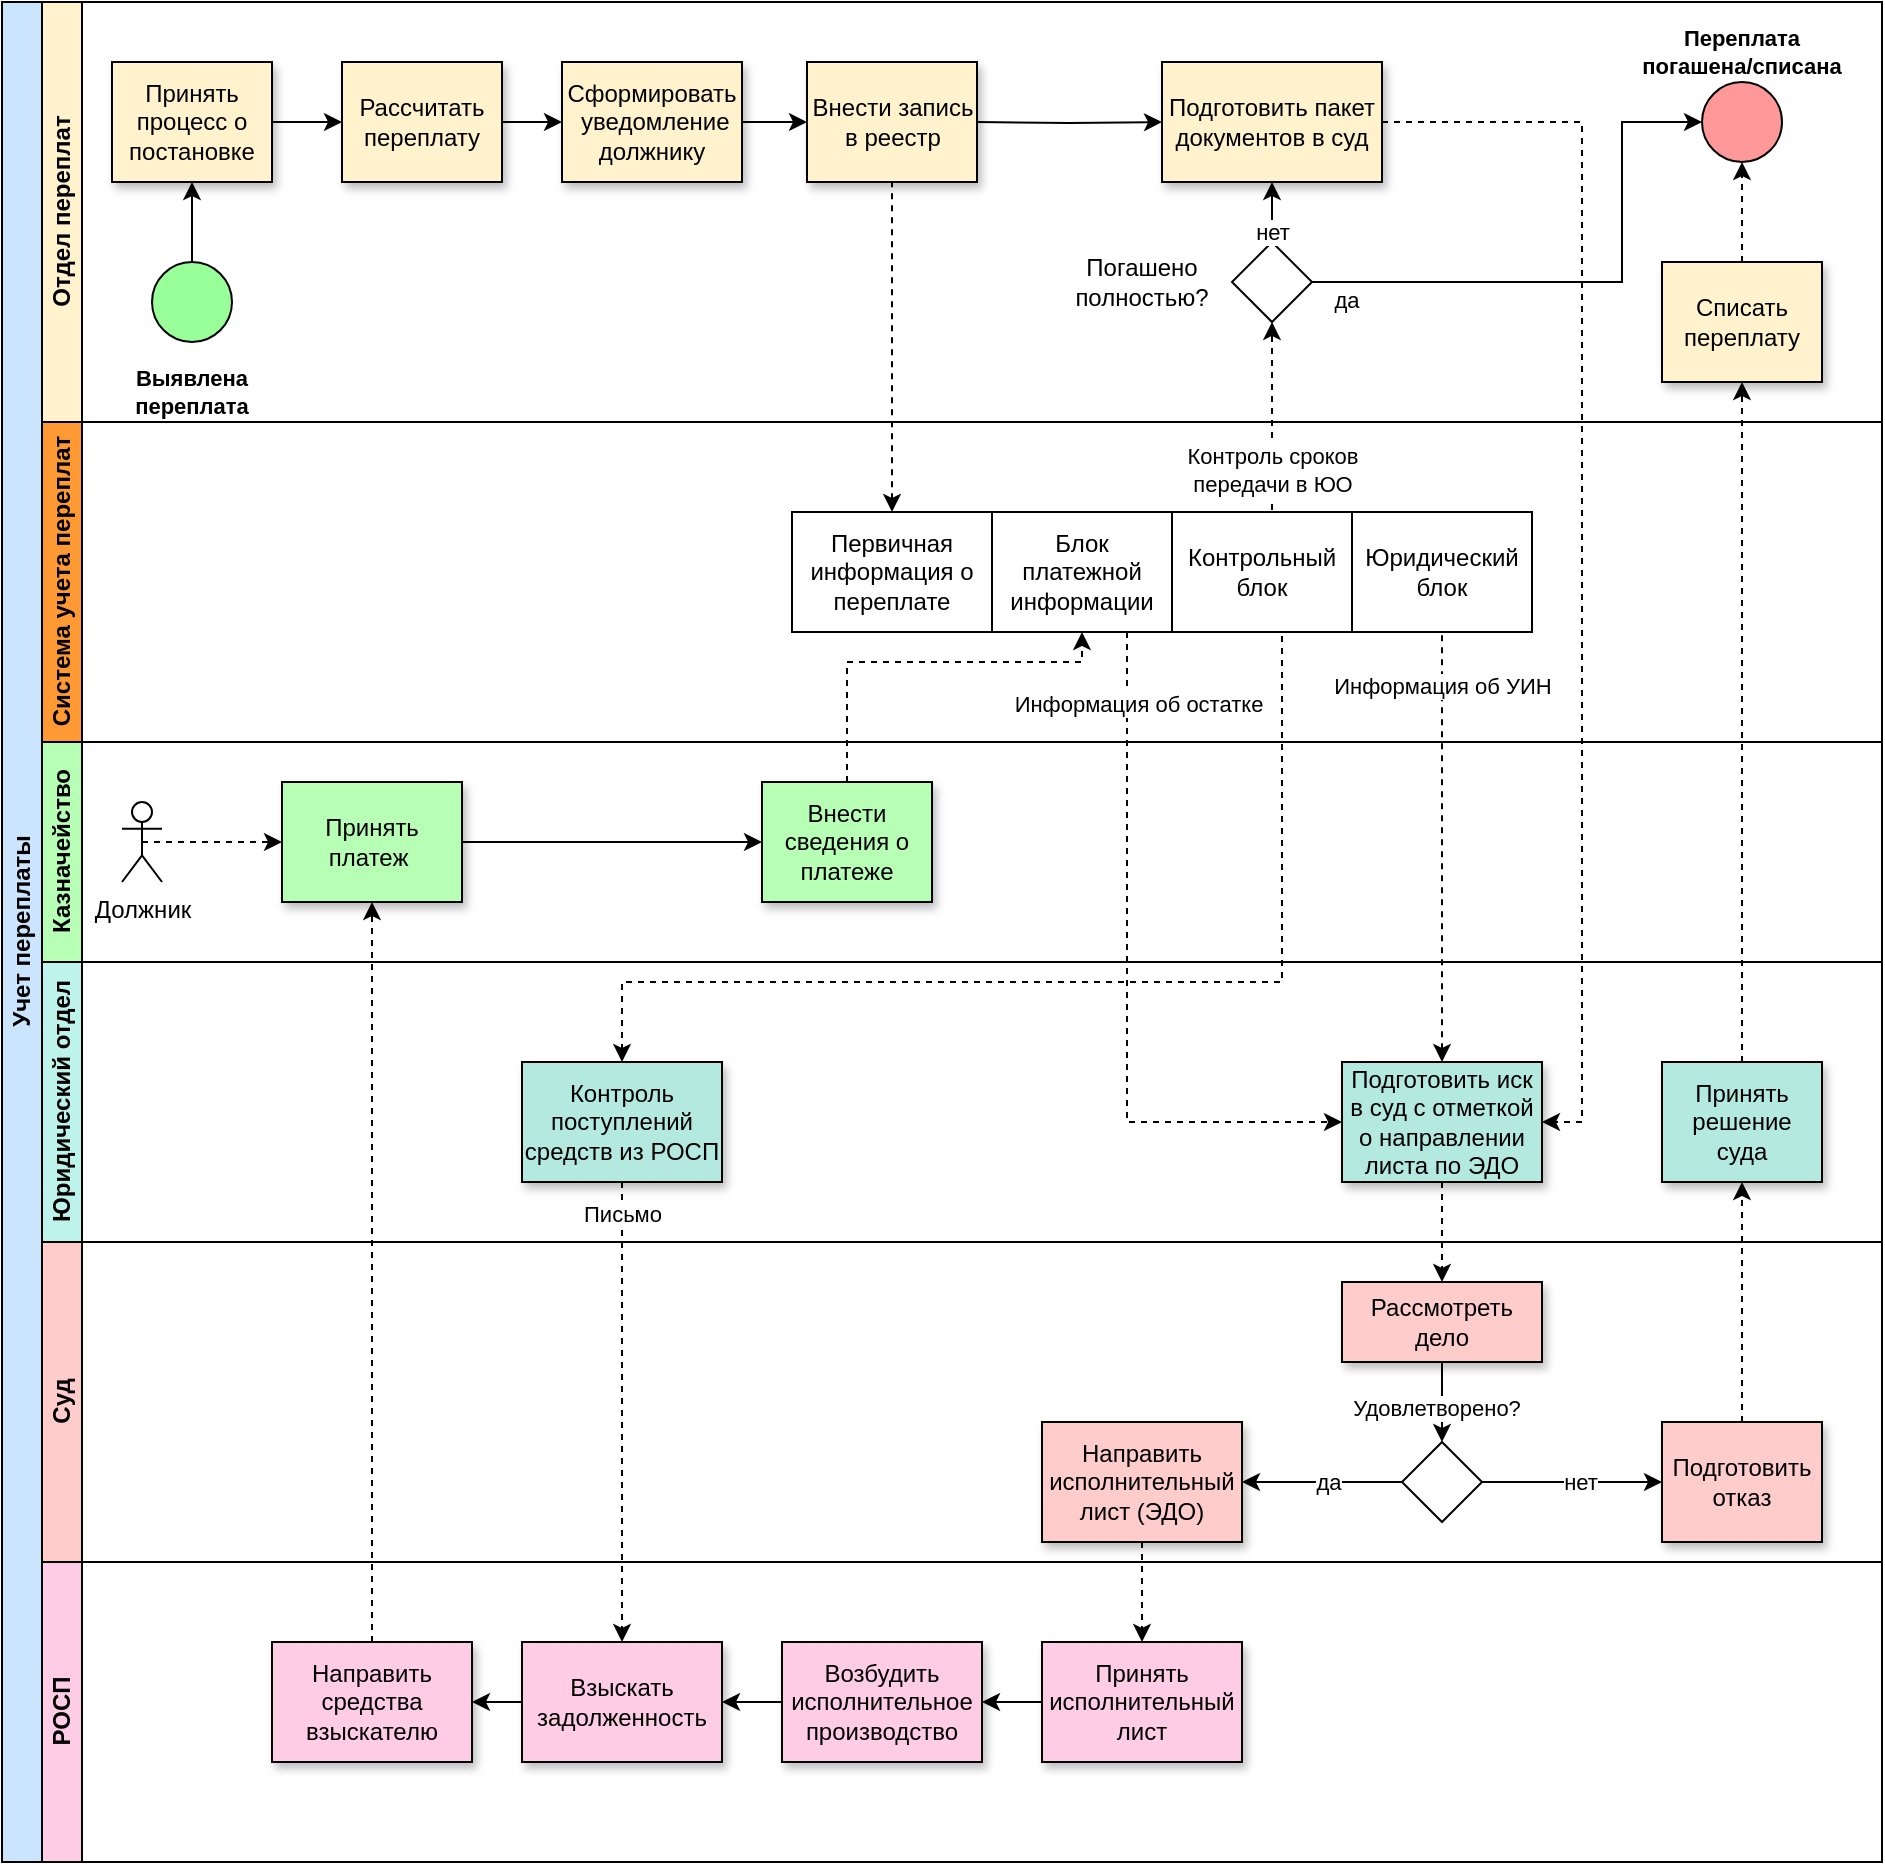
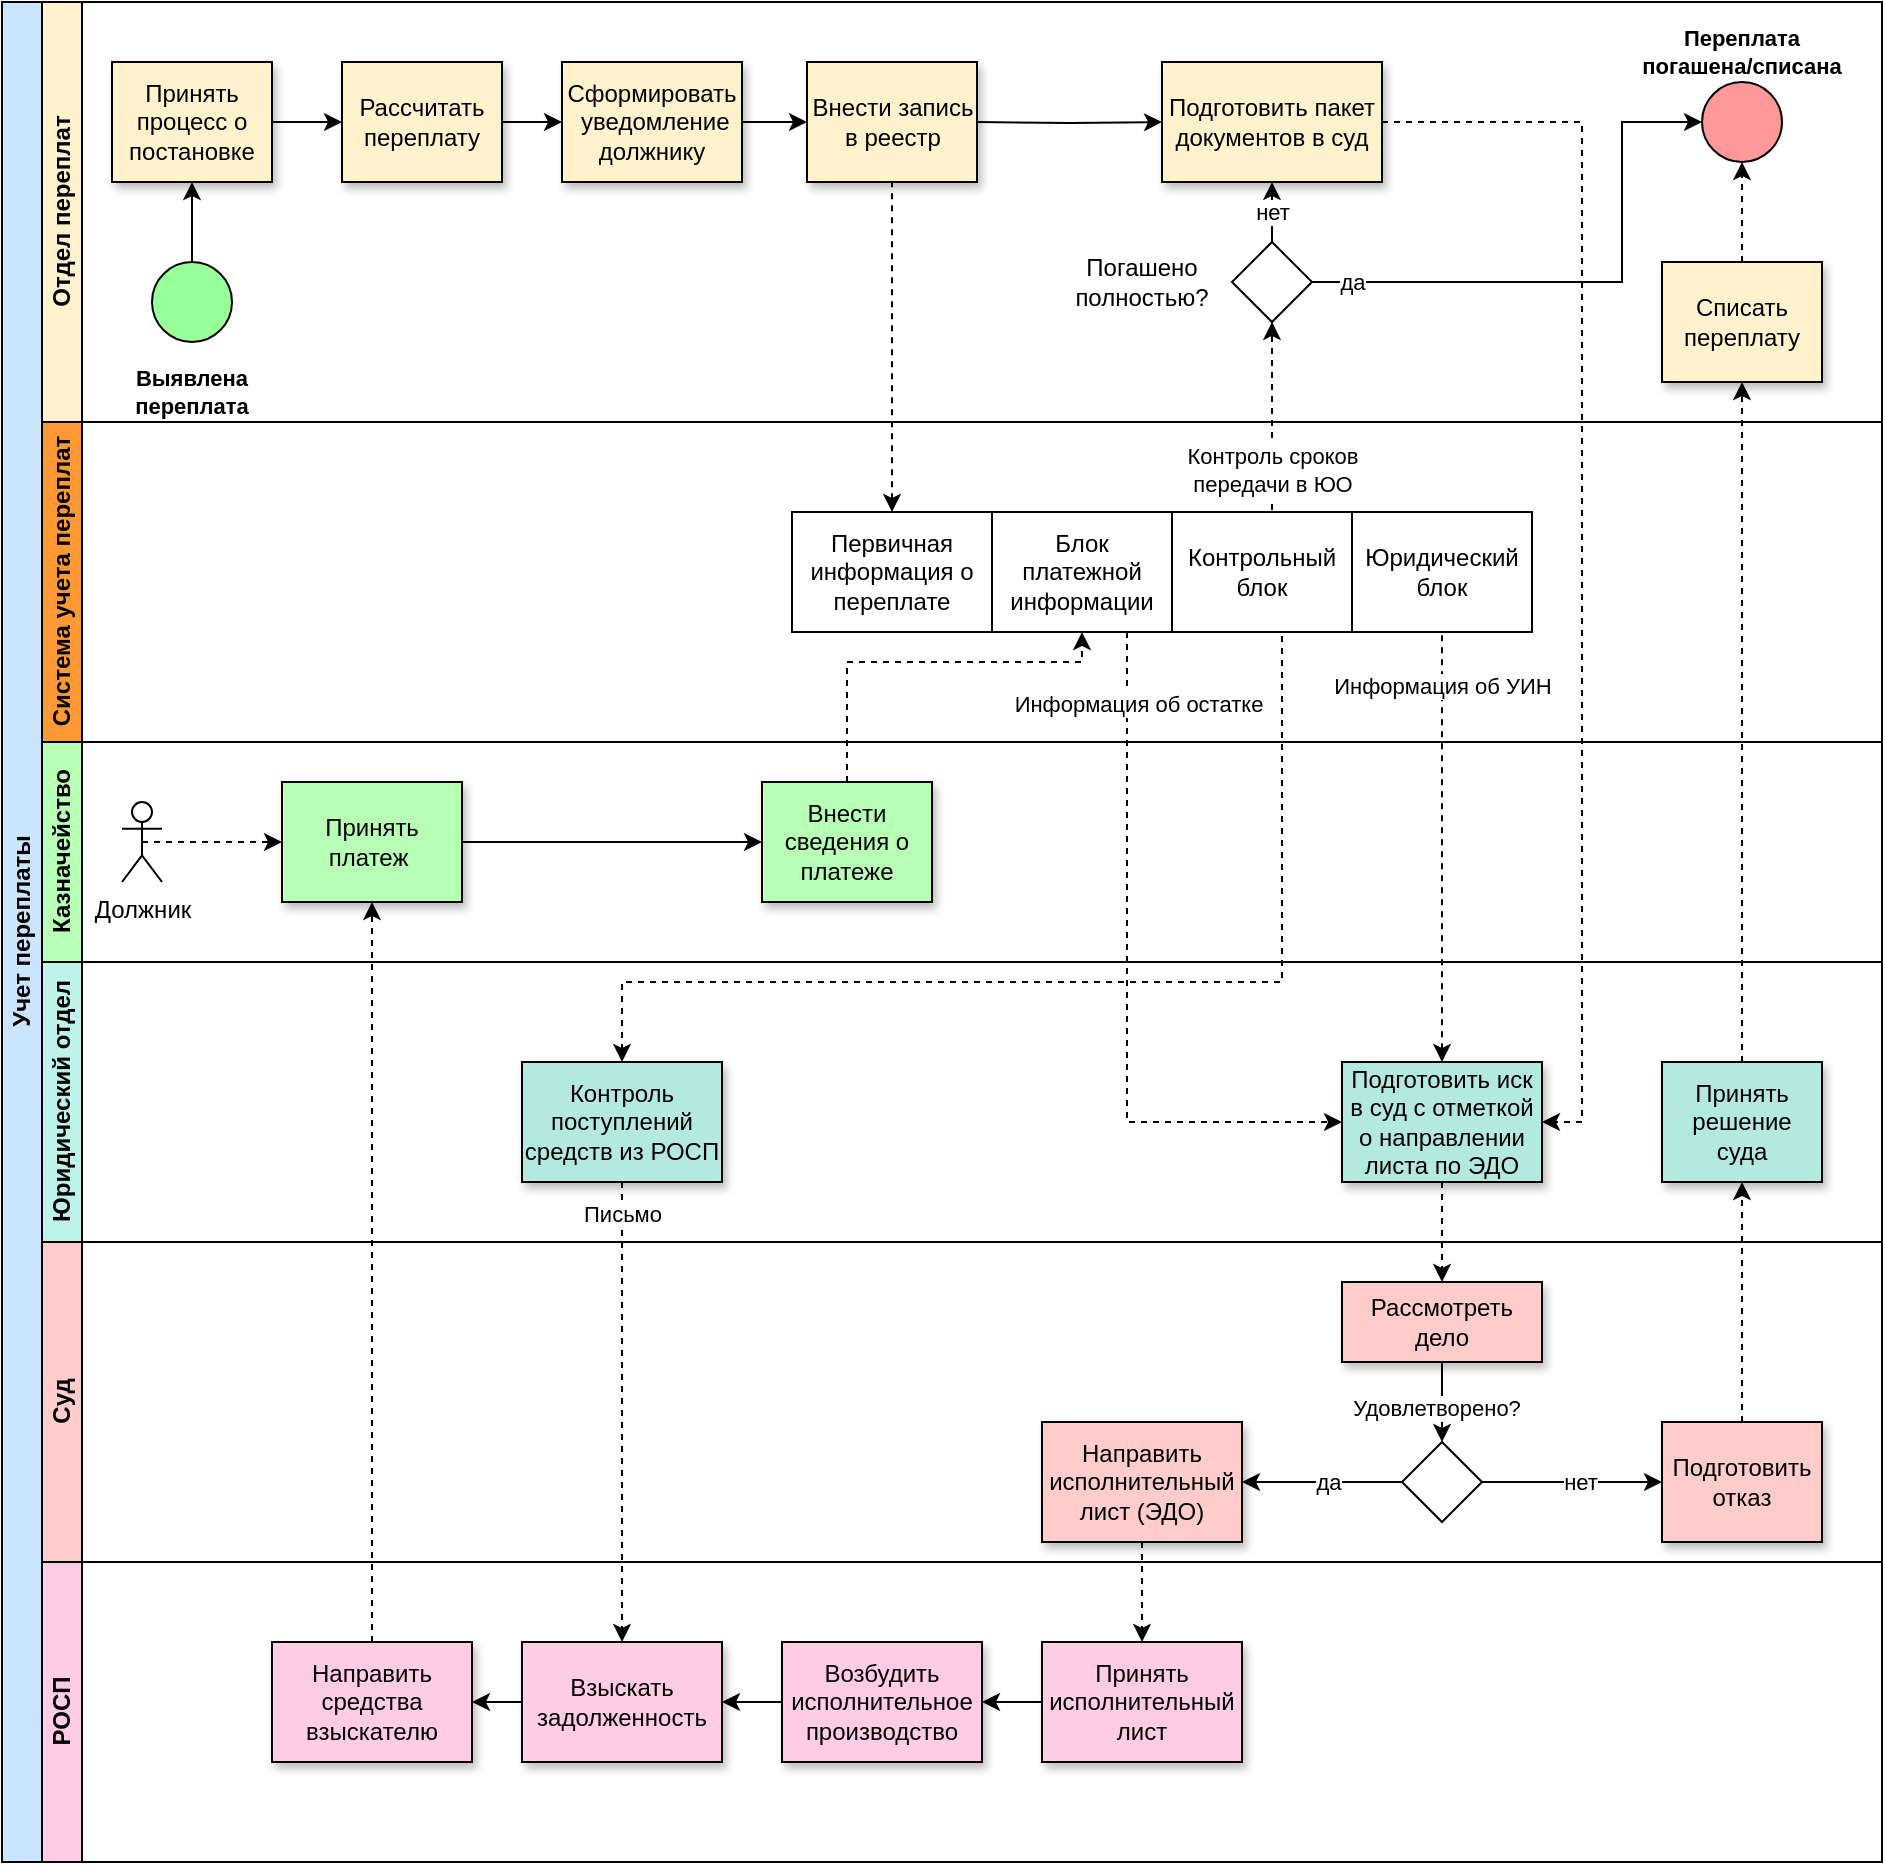
<mxfile host="app.diagrams.net" agent="Mozilla/5.0 (Windows NT 10.0; Win64; x64) AppleWebKit/537.36 (KHTML, like Gecko) Chrome/146.0.0.0 Safari/537.36" version="29.6.4">
  <diagram id="prtHgNgQTEPvFCAcTncT" name="Page-1">
    <mxGraphModel dx="1427" dy="742" grid="1" gridSize="10" guides="1" tooltips="1" connect="1" arrows="1" fold="1" page="1" pageScale="1" pageWidth="1169" pageHeight="827" math="0" shadow="0">
      <root>
        <mxCell id="0" />
        <mxCell id="1" parent="0" />
        <mxCell id="dNxyNK7c78bLwvsdeMH5-19" parent="1" style="swimlane;html=1;childLayout=stackLayout;resizeParent=1;resizeParentMax=0;horizontal=0;startSize=20;horizontalStack=0;fillColor=#CCE5FF;" value="Учет переплаты" vertex="1">
          <mxGeometry height="930" width="940" as="geometry" />
        </mxCell>
        <mxCell id="dNxyNK7c78bLwvsdeMH5-20" parent="dNxyNK7c78bLwvsdeMH5-19" style="swimlane;html=1;startSize=20;horizontal=0;fillColor=#FFF2CC;" value="Отдел переплат" vertex="1">
          <mxGeometry height="210" width="920" x="20" as="geometry" />
        </mxCell>
        <mxCell id="dNxyNK7c78bLwvsdeMH5-25" edge="1" parent="dNxyNK7c78bLwvsdeMH5-20" source="dNxyNK7c78bLwvsdeMH5-23" style="edgeStyle=orthogonalEdgeStyle;rounded=0;orthogonalLoop=1;jettySize=auto;html=1;" target="dNxyNK7c78bLwvsdeMH5-24" value="">
          <mxGeometry relative="1" as="geometry" />
        </mxCell>
        <mxCell id="dNxyNK7c78bLwvsdeMH5-23" parent="dNxyNK7c78bLwvsdeMH5-20" style="ellipse;whiteSpace=wrap;html=1;fillColor=#99FF99;" value="" vertex="1">
          <mxGeometry height="40" width="40" x="55" y="130" as="geometry" />
        </mxCell>
        <mxCell id="fKkSuYKGNoRQQ_YRrlSX-4" edge="1" parent="dNxyNK7c78bLwvsdeMH5-20" source="dNxyNK7c78bLwvsdeMH5-24" style="edgeStyle=orthogonalEdgeStyle;rounded=0;orthogonalLoop=1;jettySize=auto;html=1;" target="dNxyNK7c78bLwvsdeMH5-30" value="">
          <mxGeometry relative="1" as="geometry" />
        </mxCell>
        <mxCell id="dNxyNK7c78bLwvsdeMH5-24" parent="dNxyNK7c78bLwvsdeMH5-20" style="rounded=0;whiteSpace=wrap;html=1;fontFamily=Helvetica;fontSize=12;fontColor=#000000;align=center;shadow=1;fillColor=#FFF2CC;" value="Принять процесс о постановке" vertex="1">
          <mxGeometry height="60" width="80" x="35" y="30" as="geometry" />
        </mxCell>
        <mxCell id="dNxyNK7c78bLwvsdeMH5-30" parent="dNxyNK7c78bLwvsdeMH5-20" style="rounded=0;whiteSpace=wrap;html=1;fontFamily=Helvetica;fontSize=12;fontColor=#000000;align=center;shadow=1;fillColor=#FFF2CC;" value="Рассчитать переплату" vertex="1">
          <mxGeometry height="60" width="80" x="150" y="30" as="geometry" />
        </mxCell>
        <mxCell id="fKkSuYKGNoRQQ_YRrlSX-19" edge="1" parent="dNxyNK7c78bLwvsdeMH5-20" source="fKkSuYKGNoRQQ_YRrlSX-8" style="edgeStyle=orthogonalEdgeStyle;rounded=0;orthogonalLoop=1;jettySize=auto;html=1;entryX=0;entryY=0.5;entryDx=0;entryDy=0;exitX=1;exitY=0.5;exitDx=0;exitDy=0;" target="fKkSuYKGNoRQQ_YRrlSX-6" value="">
          <mxGeometry relative="1" as="geometry">
            <Array as="points">
              <mxPoint x="790" y="140" />
              <mxPoint x="790" y="60" />
              <mxPoint x="830" y="60" />
            </Array>
            <mxPoint x="880" y="59.999999999999886" as="targetPoint" />
          </mxGeometry>
        </mxCell>
        <mxCell id="fKkSuYKGNoRQQ_YRrlSX-22" connectable="0" parent="fKkSuYKGNoRQQ_YRrlSX-19" style="edgeLabel;html=1;align=center;verticalAlign=middle;resizable=0;points=[];" value="да" vertex="1">
          <mxGeometry relative="1" x="-0.1188" y="-2" as="geometry">
-             <mxPoint x="-104" y="7" as="offset" />
+             <mxPoint x="-101" y="-2" as="offset" />
          </mxGeometry>
        </mxCell>
        <mxCell id="fKkSuYKGNoRQQ_YRrlSX-8" parent="dNxyNK7c78bLwvsdeMH5-20" style="rhombus;whiteSpace=wrap;html=1;fontFamily=Helvetica;fontSize=12;fontColor=#000000;align=center;" value="" vertex="1">
          <mxGeometry height="40" width="40" x="595" y="120" as="geometry" />
        </mxCell>
        <mxCell id="fKkSuYKGNoRQQ_YRrlSX-11" parent="dNxyNK7c78bLwvsdeMH5-20" style="rounded=0;whiteSpace=wrap;html=1;fontFamily=Helvetica;fontSize=12;fontColor=#000000;align=center;shadow=1;fillColor=#FFF2CC;" value="Подготовить пакет документов в суд" vertex="1">
          <mxGeometry height="60" width="110" x="560" y="30" as="geometry" />
        </mxCell>
        <mxCell id="fKkSuYKGNoRQQ_YRrlSX-6" parent="dNxyNK7c78bLwvsdeMH5-20" style="ellipse;whiteSpace=wrap;html=1;fillColor=#FF9999;" value="" vertex="1">
          <mxGeometry height="40" width="40" x="830" y="40" as="geometry" />
        </mxCell>
        <mxCell id="fKkSuYKGNoRQQ_YRrlSX-16" parent="dNxyNK7c78bLwvsdeMH5-20" style="text;html=1;whiteSpace=wrap;strokeColor=none;fillColor=none;align=center;verticalAlign=middle;rounded=0;" value="Погашено полностью?" vertex="1">
          <mxGeometry height="30" width="60" x="520" y="125" as="geometry" />
        </mxCell>
        <mxCell id="fKkSuYKGNoRQQ_YRrlSX-137" parent="dNxyNK7c78bLwvsdeMH5-20" style="rounded=0;whiteSpace=wrap;html=1;fontFamily=Helvetica;fontSize=12;fontColor=#000000;align=center;shadow=1;fillColor=#FFF2CC;" value="Внести запись в реестр" vertex="1">
          <mxGeometry height="60" width="85" x="382.5" y="30" as="geometry" />
        </mxCell>
        <mxCell id="fKkSuYKGNoRQQ_YRrlSX-136" parent="dNxyNK7c78bLwvsdeMH5-20" style="rounded=0;whiteSpace=wrap;html=1;fontFamily=Helvetica;fontSize=12;fontColor=#000000;align=center;shadow=1;fillColor=#FFF2CC;" value="Сформировать&lt;div&gt;&amp;nbsp;уведомление должнику&lt;/div&gt;" vertex="1">
          <mxGeometry height="60" width="90" x="260" y="30" as="geometry" />
        </mxCell>
        <mxCell id="fKkSuYKGNoRQQ_YRrlSX-167" parent="dNxyNK7c78bLwvsdeMH5-20" style="text;html=1;whiteSpace=wrap;strokeColor=none;fillColor=none;align=center;verticalAlign=middle;rounded=0;fontStyle=1;fontSize=11;" value="Переплата погашена/списана" vertex="1">
          <mxGeometry height="30" width="110" x="795" y="10" as="geometry" />
        </mxCell>
        <mxCell id="fKkSuYKGNoRQQ_YRrlSX-168" parent="dNxyNK7c78bLwvsdeMH5-20" style="text;html=1;whiteSpace=wrap;strokeColor=none;fillColor=none;align=center;verticalAlign=middle;rounded=0;fontStyle=1;fontSize=11;" value="Выявлена переплата" vertex="1">
          <mxGeometry height="30" width="110" x="20" y="180" as="geometry" />
        </mxCell>
        <mxCell id="fKkSuYKGNoRQQ_YRrlSX-169" parent="dNxyNK7c78bLwvsdeMH5-20" style="rounded=0;whiteSpace=wrap;html=1;fontFamily=Helvetica;fontSize=12;fontColor=#000000;align=center;shadow=1;fillColor=#FFF2CC;" value="Списать переплату" vertex="1">
          <mxGeometry height="60" width="80" x="810" y="130" as="geometry" />
        </mxCell>
        <mxCell id="fKkSuYKGNoRQQ_YRrlSX-170" edge="1" parent="dNxyNK7c78bLwvsdeMH5-20" source="fKkSuYKGNoRQQ_YRrlSX-169" style="edgeStyle=orthogonalEdgeStyle;rounded=0;orthogonalLoop=1;jettySize=auto;html=1;endArrow=classic;endFill=1;entryX=0.5;entryY=1;entryDx=0;entryDy=0;dashed=1;exitX=0.5;exitY=0;exitDx=0;exitDy=0;" target="fKkSuYKGNoRQQ_YRrlSX-6" value="">
          <mxGeometry relative="1" as="geometry">
            <Array as="points" />
            <mxPoint x="1080" y="350" as="sourcePoint" />
            <mxPoint x="1080" y="100" as="targetPoint" />
          </mxGeometry>
        </mxCell>
        <mxCell id="fKkSuYKGNoRQQ_YRrlSX-183" edge="1" parent="dNxyNK7c78bLwvsdeMH5-20" source="fKkSuYKGNoRQQ_YRrlSX-136" style="edgeStyle=orthogonalEdgeStyle;rounded=0;orthogonalLoop=1;jettySize=auto;html=1;entryX=1;entryY=0.5;entryDx=0;entryDy=0;exitX=0;exitY=0.5;exitDx=0;exitDy=0;startArrow=classic;startFill=1;endArrow=none;endFill=0;" target="dNxyNK7c78bLwvsdeMH5-30" value="">
          <mxGeometry relative="1" as="geometry">
            <mxPoint x="340" y="130" as="sourcePoint" />
            <mxPoint x="310" y="130" as="targetPoint" />
          </mxGeometry>
        </mxCell>
        <mxCell id="fKkSuYKGNoRQQ_YRrlSX-191" edge="1" parent="dNxyNK7c78bLwvsdeMH5-20" style="edgeStyle=orthogonalEdgeStyle;rounded=0;orthogonalLoop=1;jettySize=auto;html=1;startArrow=classic;startFill=1;endArrow=none;endFill=0;" target="fKkSuYKGNoRQQ_YRrlSX-137" value="">
          <mxGeometry relative="1" as="geometry">
            <mxPoint x="560" y="60.000000000000114" as="sourcePoint" />
          </mxGeometry>
        </mxCell>
        <mxCell id="fKkSuYKGNoRQQ_YRrlSX-189" edge="1" parent="dNxyNK7c78bLwvsdeMH5-20" source="fKkSuYKGNoRQQ_YRrlSX-137" style="edgeStyle=orthogonalEdgeStyle;rounded=0;orthogonalLoop=1;jettySize=auto;html=1;entryX=1;entryY=0.5;entryDx=0;entryDy=0;exitX=0;exitY=0.5;exitDx=0;exitDy=0;startArrow=classic;startFill=1;endArrow=none;endFill=0;" target="fKkSuYKGNoRQQ_YRrlSX-136" value="">
          <mxGeometry relative="1" as="geometry">
            <mxPoint x="430" y="110" as="sourcePoint" />
            <mxPoint x="400" y="110" as="targetPoint" />
          </mxGeometry>
        </mxCell>
        <mxCell id="fKkSuYKGNoRQQ_YRrlSX-201" edge="1" parent="dNxyNK7c78bLwvsdeMH5-20" source="fKkSuYKGNoRQQ_YRrlSX-8" style="edgeStyle=orthogonalEdgeStyle;rounded=0;orthogonalLoop=1;jettySize=auto;html=1;exitX=0.5;exitY=0;exitDx=0;exitDy=0;entryX=0.5;entryY=1;entryDx=0;entryDy=0;" target="fKkSuYKGNoRQQ_YRrlSX-11" value="">
          <mxGeometry relative="1" as="geometry">
            <mxPoint x="710" y="150" as="sourcePoint" />
            <mxPoint x="710" y="110" as="targetPoint" />
          </mxGeometry>
        </mxCell>
        <mxCell id="fKkSuYKGNoRQQ_YRrlSX-202" connectable="0" parent="fKkSuYKGNoRQQ_YRrlSX-201" style="edgeLabel;html=1;align=center;verticalAlign=middle;resizable=0;points=[];" value="нет" vertex="1">
          <mxGeometry relative="1" x="-0.5843" as="geometry">
-             <mxPoint y="1" as="offset" />
+             <mxPoint y="-9" as="offset" />
          </mxGeometry>
        </mxCell>
        <mxCell id="fKkSuYKGNoRQQ_YRrlSX-171" parent="dNxyNK7c78bLwvsdeMH5-19" style="swimlane;html=1;startSize=20;horizontal=0;fillColor=#FF9933;" value="Система учета переплат" vertex="1">
          <mxGeometry height="160" width="920" x="20" y="210" as="geometry" />
        </mxCell>
        <mxCell id="fKkSuYKGNoRQQ_YRrlSX-178" parent="fKkSuYKGNoRQQ_YRrlSX-171" style="rounded=0;whiteSpace=wrap;html=1;" value="Первичная информация о переплате" vertex="1">
          <mxGeometry height="60" width="100" x="375" y="45" as="geometry" />
        </mxCell>
        <mxCell id="fKkSuYKGNoRQQ_YRrlSX-179" parent="fKkSuYKGNoRQQ_YRrlSX-171" style="rounded=0;whiteSpace=wrap;html=1;" value="Блок платежной информации" vertex="1">
          <mxGeometry height="60" width="90" x="475" y="45" as="geometry" />
        </mxCell>
        <mxCell id="fKkSuYKGNoRQQ_YRrlSX-181" parent="fKkSuYKGNoRQQ_YRrlSX-171" style="rounded=0;whiteSpace=wrap;html=1;" value="Юридический блок" vertex="1">
          <mxGeometry height="60" width="90" x="655" y="45" as="geometry" />
        </mxCell>
        <mxCell id="fKkSuYKGNoRQQ_YRrlSX-190" parent="fKkSuYKGNoRQQ_YRrlSX-171" style="rounded=0;whiteSpace=wrap;html=1;" value="Контрольный блок" vertex="1">
          <mxGeometry height="60" width="90" x="565" y="45" as="geometry" />
        </mxCell>
        <mxCell id="fKkSuYKGNoRQQ_YRrlSX-33" parent="dNxyNK7c78bLwvsdeMH5-19" style="swimlane;html=1;startSize=20;horizontal=0;fillColor=#B6FFB5;" value="Казначейство" vertex="1">
          <mxGeometry height="110" width="920" x="20" y="370" as="geometry" />
        </mxCell>
        <mxCell id="fKkSuYKGNoRQQ_YRrlSX-34" parent="fKkSuYKGNoRQQ_YRrlSX-33" style="rounded=0;whiteSpace=wrap;html=1;shadow=1;fillColor=#B6FFB5;" value="Принять платеж&amp;nbsp;" vertex="1">
          <mxGeometry height="60" width="90" x="120" y="20" as="geometry" />
        </mxCell>
        <mxCell id="fKkSuYKGNoRQQ_YRrlSX-36" edge="1" parent="fKkSuYKGNoRQQ_YRrlSX-33" source="fKkSuYKGNoRQQ_YRrlSX-35" style="edgeStyle=orthogonalEdgeStyle;rounded=0;orthogonalLoop=1;jettySize=auto;html=1;endArrow=none;endFill=0;startArrow=classic;startFill=1;entryX=1;entryY=0.5;entryDx=0;entryDy=0;exitX=0;exitY=0.5;exitDx=0;exitDy=0;" target="fKkSuYKGNoRQQ_YRrlSX-34" value="">
          <mxGeometry relative="1" as="geometry">
            <mxPoint x="485" y="70.00000000000011" as="sourcePoint" />
            <mxPoint x="150" y="90" as="targetPoint" />
          </mxGeometry>
        </mxCell>
        <mxCell id="fKkSuYKGNoRQQ_YRrlSX-35" parent="fKkSuYKGNoRQQ_YRrlSX-33" style="rounded=0;whiteSpace=wrap;html=1;shadow=1;fillColor=#B6FFB5;" value="Внести сведения о платеже" vertex="1">
          <mxGeometry height="60" width="85" x="360" y="20" as="geometry" />
        </mxCell>
        <mxCell id="fKkSuYKGNoRQQ_YRrlSX-141" parent="fKkSuYKGNoRQQ_YRrlSX-33" style="shape=umlActor;verticalLabelPosition=bottom;verticalAlign=top;html=1;outlineConnect=0;" value="Должник" vertex="1">
          <mxGeometry height="40" width="20" x="40" y="30" as="geometry" />
        </mxCell>
        <mxCell id="fKkSuYKGNoRQQ_YRrlSX-142" edge="1" parent="fKkSuYKGNoRQQ_YRrlSX-33" source="fKkSuYKGNoRQQ_YRrlSX-141" style="endArrow=classic;html=1;rounded=0;entryX=0;entryY=0.5;entryDx=0;entryDy=0;dashed=1;exitX=0.5;exitY=0.5;exitDx=0;exitDy=0;exitPerimeter=0;" target="fKkSuYKGNoRQQ_YRrlSX-34" value="">
          <mxGeometry height="50" relative="1" width="50" as="geometry">
            <Array as="points" />
            <mxPoint x="40" y="70" as="sourcePoint" />
            <mxPoint x="650" y="120" as="targetPoint" />
          </mxGeometry>
        </mxCell>
        <mxCell id="dNxyNK7c78bLwvsdeMH5-21" parent="dNxyNK7c78bLwvsdeMH5-19" style="swimlane;html=1;startSize=20;horizontal=0;fillColor=#BDF3EA;" value="Юридический отдел" vertex="1">
          <mxGeometry height="140" width="920" x="20" y="480" as="geometry" />
        </mxCell>
        <mxCell id="fKkSuYKGNoRQQ_YRrlSX-40" parent="dNxyNK7c78bLwvsdeMH5-21" style="rounded=0;whiteSpace=wrap;html=1;fontFamily=Helvetica;fontSize=12;fontColor=#000000;align=center;shadow=1;fillColor=#B4E9E0;" value="Подготовить иск в суд с отметкой о направлении листа по ЭДО" vertex="1">
          <mxGeometry height="60" width="100" x="650" y="50" as="geometry" />
        </mxCell>
        <mxCell id="fKkSuYKGNoRQQ_YRrlSX-54" parent="dNxyNK7c78bLwvsdeMH5-21" style="rounded=0;whiteSpace=wrap;html=1;fontFamily=Helvetica;fontSize=12;fontColor=#000000;align=center;shadow=1;fillColor=#B4E9E0;" value="Принять решение суда" vertex="1">
          <mxGeometry height="60" width="80" x="810" y="50" as="geometry" />
        </mxCell>
        <mxCell id="fKkSuYKGNoRQQ_YRrlSX-177" parent="dNxyNK7c78bLwvsdeMH5-21" style="rounded=0;whiteSpace=wrap;html=1;fontFamily=Helvetica;fontSize=12;fontColor=#000000;align=center;shadow=1;fillColor=#B4E9E0;" value="Контроль поступлений средств из РОСП" vertex="1">
          <mxGeometry height="60" width="100" x="240" y="50" as="geometry" />
        </mxCell>
        <mxCell id="dNxyNK7c78bLwvsdeMH5-22" parent="dNxyNK7c78bLwvsdeMH5-19" style="swimlane;html=1;startSize=20;horizontal=0;fillColor=#FFCCCC;" value="Суд" vertex="1">
          <mxGeometry height="160" width="920" x="20" y="620" as="geometry" />
        </mxCell>
        <mxCell id="dNxyNK7c78bLwvsdeMH5-37" edge="1" parent="dNxyNK7c78bLwvsdeMH5-22" source="dNxyNK7c78bLwvsdeMH5-34" style="edgeStyle=orthogonalEdgeStyle;rounded=0;orthogonalLoop=1;jettySize=auto;html=1;endArrow=classic;endFill=1;" target="dNxyNK7c78bLwvsdeMH5-36" value="">
          <mxGeometry relative="1" as="geometry" />
        </mxCell>
        <mxCell id="fKkSuYKGNoRQQ_YRrlSX-157" connectable="0" parent="dNxyNK7c78bLwvsdeMH5-37" style="edgeLabel;html=1;align=center;verticalAlign=middle;resizable=0;points=[];" value="Удовлетворено?" vertex="1">
          <mxGeometry relative="1" x="0.0863" y="-3" as="geometry">
            <mxPoint y="1" as="offset" />
          </mxGeometry>
        </mxCell>
        <mxCell id="dNxyNK7c78bLwvsdeMH5-34" parent="dNxyNK7c78bLwvsdeMH5-22" style="rounded=0;whiteSpace=wrap;html=1;fontFamily=Helvetica;fontSize=12;fontColor=#000000;align=center;shadow=1;fillColor=#FFCCCC;" value="Рассмотреть дело" vertex="1">
          <mxGeometry height="40" width="100" x="650" y="20" as="geometry" />
        </mxCell>
        <mxCell id="dNxyNK7c78bLwvsdeMH5-36" parent="dNxyNK7c78bLwvsdeMH5-22" style="rhombus;whiteSpace=wrap;html=1;fontFamily=Helvetica;fontSize=12;fontColor=#000000;align=center;" value="" vertex="1">
          <mxGeometry height="40" width="40" x="680" y="100" as="geometry" />
        </mxCell>
        <mxCell id="fKkSuYKGNoRQQ_YRrlSX-43" parent="dNxyNK7c78bLwvsdeMH5-22" style="rounded=0;whiteSpace=wrap;html=1;fontFamily=Helvetica;fontSize=12;fontColor=#000000;align=center;shadow=1;fillColor=#FFCCCC;" value="Направить исполнительный лист (ЭДО)" vertex="1">
          <mxGeometry height="60" width="100" x="500" y="90" as="geometry" />
        </mxCell>
        <mxCell id="fKkSuYKGNoRQQ_YRrlSX-44" parent="dNxyNK7c78bLwvsdeMH5-22" style="rounded=0;whiteSpace=wrap;html=1;fontFamily=Helvetica;fontSize=12;fontColor=#000000;align=center;shadow=1;fillColor=#FFCCCC;" value="Подготовить отказ" vertex="1">
          <mxGeometry height="60" width="80" x="810" y="90" as="geometry" />
        </mxCell>
        <mxCell id="fKkSuYKGNoRQQ_YRrlSX-45" edge="1" parent="dNxyNK7c78bLwvsdeMH5-22" source="dNxyNK7c78bLwvsdeMH5-36" style="edgeStyle=orthogonalEdgeStyle;rounded=0;orthogonalLoop=1;jettySize=auto;html=1;exitX=0;exitY=0.5;exitDx=0;exitDy=0;entryX=1;entryY=0.5;entryDx=0;entryDy=0;" target="fKkSuYKGNoRQQ_YRrlSX-43">
          <mxGeometry relative="1" as="geometry">
            <mxPoint x="710" y="60" as="sourcePoint" />
            <mxPoint x="710" y="80" as="targetPoint" />
          </mxGeometry>
        </mxCell>
        <mxCell id="fKkSuYKGNoRQQ_YRrlSX-47" connectable="0" parent="fKkSuYKGNoRQQ_YRrlSX-45" style="edgeLabel;html=1;align=center;verticalAlign=middle;resizable=0;points=[];" value="да" vertex="1">
          <mxGeometry relative="1" x="-0.0716" as="geometry">
            <mxPoint as="offset" />
          </mxGeometry>
        </mxCell>
        <mxCell id="fKkSuYKGNoRQQ_YRrlSX-46" edge="1" parent="dNxyNK7c78bLwvsdeMH5-22" source="dNxyNK7c78bLwvsdeMH5-36" style="edgeStyle=orthogonalEdgeStyle;rounded=0;orthogonalLoop=1;jettySize=auto;html=1;entryX=0;entryY=0.5;entryDx=0;entryDy=0;exitX=1;exitY=0.5;exitDx=0;exitDy=0;" target="fKkSuYKGNoRQQ_YRrlSX-44">
          <mxGeometry relative="1" as="geometry">
            <Array as="points" />
            <mxPoint x="930" y="140" as="sourcePoint" />
            <mxPoint x="940" y="110" as="targetPoint" />
          </mxGeometry>
        </mxCell>
        <mxCell id="fKkSuYKGNoRQQ_YRrlSX-49" connectable="0" parent="fKkSuYKGNoRQQ_YRrlSX-46" style="edgeLabel;html=1;align=center;verticalAlign=middle;resizable=0;points=[];" value="нет" vertex="1">
          <mxGeometry relative="1" x="0.0761" as="geometry">
            <mxPoint as="offset" />
          </mxGeometry>
        </mxCell>
        <mxCell id="fKkSuYKGNoRQQ_YRrlSX-37" edge="1" parent="dNxyNK7c78bLwvsdeMH5-19" source="fKkSuYKGNoRQQ_YRrlSX-35" style="edgeStyle=orthogonalEdgeStyle;rounded=0;orthogonalLoop=1;jettySize=auto;html=1;exitX=0.5;exitY=0;exitDx=0;exitDy=0;entryX=0.5;entryY=1;entryDx=0;entryDy=0;dashed=1;" target="fKkSuYKGNoRQQ_YRrlSX-179" value="">
          <mxGeometry relative="1" as="geometry">
            <Array as="points">
              <mxPoint x="423" y="330" />
              <mxPoint x="540" y="330" />
            </Array>
            <mxPoint x="380" y="290" as="sourcePoint" />
            <mxPoint x="420" y="300" as="targetPoint" />
          </mxGeometry>
        </mxCell>
        <mxCell id="fKkSuYKGNoRQQ_YRrlSX-50" edge="1" parent="dNxyNK7c78bLwvsdeMH5-19" source="fKkSuYKGNoRQQ_YRrlSX-40" style="edgeStyle=orthogonalEdgeStyle;rounded=0;orthogonalLoop=1;jettySize=auto;html=1;exitX=0.5;exitY=1;exitDx=0;exitDy=0;entryX=0.5;entryY=0;entryDx=0;entryDy=0;dashed=1;" target="dNxyNK7c78bLwvsdeMH5-34">
          <mxGeometry relative="1" as="geometry">
            <mxPoint x="1000" y="570" as="sourcePoint" />
            <mxPoint x="1000" y="600" as="targetPoint" />
          </mxGeometry>
        </mxCell>
        <mxCell id="fKkSuYKGNoRQQ_YRrlSX-55" edge="1" parent="dNxyNK7c78bLwvsdeMH5-19" source="fKkSuYKGNoRQQ_YRrlSX-44" style="edgeStyle=orthogonalEdgeStyle;rounded=0;orthogonalLoop=1;jettySize=auto;html=1;dashed=1;endArrow=classic;endFill=1;exitX=0.5;exitY=0;exitDx=0;exitDy=0;entryX=0.5;entryY=1;entryDx=0;entryDy=0;" target="fKkSuYKGNoRQQ_YRrlSX-54" value="">
          <mxGeometry relative="1" as="geometry">
            <mxPoint x="1100" y="690" as="sourcePoint" />
            <mxPoint x="1100" y="970" as="targetPoint" />
          </mxGeometry>
        </mxCell>
        <mxCell id="fKkSuYKGNoRQQ_YRrlSX-25" edge="1" parent="dNxyNK7c78bLwvsdeMH5-19" source="fKkSuYKGNoRQQ_YRrlSX-54" style="edgeStyle=orthogonalEdgeStyle;rounded=0;orthogonalLoop=1;jettySize=auto;html=1;endArrow=classic;endFill=1;entryX=0.5;entryY=1;entryDx=0;entryDy=0;dashed=1;exitX=0.5;exitY=0;exitDx=0;exitDy=0;" target="fKkSuYKGNoRQQ_YRrlSX-169" value="">
          <mxGeometry relative="1" as="geometry">
            <Array as="points" />
            <mxPoint x="1080" y="400" as="sourcePoint" />
            <mxPoint x="990" y="79.99999999999989" as="targetPoint" />
          </mxGeometry>
        </mxCell>
        <mxCell id="fKkSuYKGNoRQQ_YRrlSX-130" edge="1" parent="dNxyNK7c78bLwvsdeMH5-19" source="fKkSuYKGNoRQQ_YRrlSX-179" style="edgeStyle=orthogonalEdgeStyle;rounded=0;orthogonalLoop=1;jettySize=auto;html=1;dashed=1;endArrow=classic;endFill=1;exitX=0.75;exitY=1;exitDx=0;exitDy=0;startArrow=none;startFill=0;entryX=0;entryY=0.5;entryDx=0;entryDy=0;" target="fKkSuYKGNoRQQ_YRrlSX-40" value="">
          <mxGeometry relative="1" as="geometry">
            <mxPoint x="750" y="300" as="sourcePoint" />
            <mxPoint x="850" y="560" as="targetPoint" />
          </mxGeometry>
        </mxCell>
        <mxCell id="fKkSuYKGNoRQQ_YRrlSX-163" connectable="0" parent="fKkSuYKGNoRQQ_YRrlSX-130" style="edgeLabel;html=1;align=center;verticalAlign=middle;resizable=0;points=[];" value="Информация об остатке" vertex="1">
          <mxGeometry relative="1" x="-0.1055" as="geometry">
            <mxPoint x="5" y="-122" as="offset" />
          </mxGeometry>
        </mxCell>
        <mxCell id="fKkSuYKGNoRQQ_YRrlSX-131" edge="1" parent="dNxyNK7c78bLwvsdeMH5-19" source="fKkSuYKGNoRQQ_YRrlSX-43" style="edgeStyle=orthogonalEdgeStyle;rounded=0;orthogonalLoop=1;jettySize=auto;html=1;exitX=0.5;exitY=1;exitDx=0;exitDy=0;entryX=0.5;entryY=0;entryDx=0;entryDy=0;dashed=1;" target="fKkSuYKGNoRQQ_YRrlSX-60">
          <mxGeometry relative="1" as="geometry">
            <mxPoint x="410" y="700" as="sourcePoint" />
            <mxPoint x="310" y="500" as="targetPoint" />
          </mxGeometry>
        </mxCell>
        <mxCell id="fKkSuYKGNoRQQ_YRrlSX-143" edge="1" parent="dNxyNK7c78bLwvsdeMH5-19" source="fKkSuYKGNoRQQ_YRrlSX-127" style="endArrow=classic;html=1;rounded=0;exitX=0.5;exitY=0;exitDx=0;exitDy=0;entryX=0.5;entryY=1;entryDx=0;entryDy=0;dashed=1;" target="fKkSuYKGNoRQQ_YRrlSX-34" value="">
          <mxGeometry height="50" relative="1" width="50" as="geometry">
            <Array as="points" />
            <mxPoint x="620" y="740" as="sourcePoint" />
            <mxPoint x="670" y="690" as="targetPoint" />
          </mxGeometry>
        </mxCell>
        <mxCell id="fKkSuYKGNoRQQ_YRrlSX-196" edge="1" parent="dNxyNK7c78bLwvsdeMH5-19" source="fKkSuYKGNoRQQ_YRrlSX-178" style="edgeStyle=orthogonalEdgeStyle;rounded=0;orthogonalLoop=1;jettySize=auto;html=1;exitX=0.5;exitY=0;exitDx=0;exitDy=0;entryX=0.5;entryY=1;entryDx=0;entryDy=0;dashed=1;startArrow=classic;startFill=1;endArrow=none;endFill=0;" target="fKkSuYKGNoRQQ_YRrlSX-137" value="">
          <mxGeometry relative="1" as="geometry">
            <mxPoint x="506.91" y="270" as="sourcePoint" />
            <mxPoint x="506.91" y="90" as="targetPoint" />
          </mxGeometry>
        </mxCell>
        <mxCell id="fKkSuYKGNoRQQ_YRrlSX-197" edge="1" parent="dNxyNK7c78bLwvsdeMH5-19" source="fKkSuYKGNoRQQ_YRrlSX-190" style="edgeStyle=orthogonalEdgeStyle;rounded=0;orthogonalLoop=1;jettySize=auto;html=1;exitX=0.5;exitY=0;exitDx=0;exitDy=0;dashed=1;entryX=0.5;entryY=1;entryDx=0;entryDy=0;" target="fKkSuYKGNoRQQ_YRrlSX-8" value="">
          <mxGeometry relative="1" as="geometry">
            <Array as="points">
              <mxPoint x="635" y="255" />
            </Array>
            <mxPoint x="650" y="450" as="sourcePoint" />
            <mxPoint x="660" y="170" as="targetPoint" />
          </mxGeometry>
        </mxCell>
        <mxCell id="fKkSuYKGNoRQQ_YRrlSX-198" connectable="0" parent="fKkSuYKGNoRQQ_YRrlSX-197" style="edgeLabel;html=1;align=center;verticalAlign=middle;resizable=0;points=[];" value="Контроль сроков&lt;div&gt;передачи в ЮО&lt;/div&gt;" vertex="1">
          <mxGeometry relative="1" x="-0.2156" y="1" as="geometry">
            <mxPoint x="1" y="13" as="offset" />
          </mxGeometry>
        </mxCell>
        <mxCell id="fKkSuYKGNoRQQ_YRrlSX-159" edge="1" parent="dNxyNK7c78bLwvsdeMH5-19" source="fKkSuYKGNoRQQ_YRrlSX-40" style="edgeStyle=orthogonalEdgeStyle;rounded=0;orthogonalLoop=1;jettySize=auto;html=1;entryX=0.5;entryY=1;entryDx=0;entryDy=0;dashed=1;exitX=0.5;exitY=0;exitDx=0;exitDy=0;startArrow=classic;startFill=1;endArrow=none;endFill=0;" target="fKkSuYKGNoRQQ_YRrlSX-181">
          <mxGeometry relative="1" as="geometry">
            <Array as="points">
              <mxPoint x="720" y="400" />
              <mxPoint x="720" y="400" />
            </Array>
            <mxPoint x="650" y="580" as="sourcePoint" />
            <mxPoint x="700" y="345" as="targetPoint" />
          </mxGeometry>
        </mxCell>
        <mxCell id="fKkSuYKGNoRQQ_YRrlSX-200" connectable="0" parent="fKkSuYKGNoRQQ_YRrlSX-159" style="edgeLabel;html=1;align=center;verticalAlign=middle;resizable=0;points=[];" value="Информация об УИН" vertex="1">
          <mxGeometry relative="1" x="0.6422" y="-1" as="geometry">
            <mxPoint x="-1" y="-12" as="offset" />
          </mxGeometry>
        </mxCell>
        <mxCell id="fKkSuYKGNoRQQ_YRrlSX-148" edge="1" parent="dNxyNK7c78bLwvsdeMH5-19" source="fKkSuYKGNoRQQ_YRrlSX-11" style="edgeStyle=orthogonalEdgeStyle;rounded=0;orthogonalLoop=1;jettySize=auto;html=1;dashed=1;endArrow=classic;endFill=1;exitX=1;exitY=0.5;exitDx=0;exitDy=0;entryX=1;entryY=0.5;entryDx=0;entryDy=0;" target="fKkSuYKGNoRQQ_YRrlSX-40" value="">
          <mxGeometry relative="1" as="geometry">
            <mxPoint x="120" y="760" as="sourcePoint" />
            <mxPoint x="800" y="550" as="targetPoint" />
          </mxGeometry>
        </mxCell>
        <mxCell id="fKkSuYKGNoRQQ_YRrlSX-3" parent="dNxyNK7c78bLwvsdeMH5-19" style="swimlane;html=1;startSize=20;horizontal=0;fillColor=#FFCCE6;" value="РОСП" vertex="1">
          <mxGeometry height="150" width="920" x="20" y="780" as="geometry" />
        </mxCell>
        <mxCell id="fKkSuYKGNoRQQ_YRrlSX-133" edge="1" parent="fKkSuYKGNoRQQ_YRrlSX-3" source="fKkSuYKGNoRQQ_YRrlSX-61" style="edgeStyle=orthogonalEdgeStyle;rounded=0;orthogonalLoop=1;jettySize=auto;html=1;" target="fKkSuYKGNoRQQ_YRrlSX-67" value="">
          <mxGeometry relative="1" as="geometry" />
        </mxCell>
        <mxCell id="fKkSuYKGNoRQQ_YRrlSX-156" edge="1" parent="fKkSuYKGNoRQQ_YRrlSX-3" source="fKkSuYKGNoRQQ_YRrlSX-60" style="edgeStyle=orthogonalEdgeStyle;rounded=0;orthogonalLoop=1;jettySize=auto;html=1;exitX=0;exitY=0.5;exitDx=0;exitDy=0;entryX=1;entryY=0.5;entryDx=0;entryDy=0;" target="fKkSuYKGNoRQQ_YRrlSX-61" value="">
          <mxGeometry relative="1" as="geometry">
            <mxPoint x="530" y="70" as="sourcePoint" />
            <mxPoint x="400" y="130" as="targetPoint" />
          </mxGeometry>
        </mxCell>
        <mxCell id="fKkSuYKGNoRQQ_YRrlSX-61" parent="fKkSuYKGNoRQQ_YRrlSX-3" style="rounded=0;whiteSpace=wrap;html=1;fontFamily=Helvetica;fontSize=12;fontColor=#000000;align=center;shadow=1;fillColor=#FFCCE6;" value="Возбудить исполнительное производство" vertex="1">
          <mxGeometry height="60" width="100" x="370" y="40" as="geometry" />
        </mxCell>
        <mxCell id="fKkSuYKGNoRQQ_YRrlSX-60" parent="fKkSuYKGNoRQQ_YRrlSX-3" style="rounded=0;whiteSpace=wrap;html=1;fontFamily=Helvetica;fontSize=12;fontColor=#000000;align=center;shadow=1;fillColor=#FFCCE6;" value="Принять исполнительный лист" vertex="1">
          <mxGeometry height="60" width="100" x="500" y="40" as="geometry" />
        </mxCell>
        <mxCell id="fKkSuYKGNoRQQ_YRrlSX-134" edge="1" parent="fKkSuYKGNoRQQ_YRrlSX-3" source="fKkSuYKGNoRQQ_YRrlSX-67" style="edgeStyle=orthogonalEdgeStyle;rounded=0;orthogonalLoop=1;jettySize=auto;html=1;" target="fKkSuYKGNoRQQ_YRrlSX-127" value="">
          <mxGeometry relative="1" as="geometry" />
        </mxCell>
        <mxCell id="fKkSuYKGNoRQQ_YRrlSX-67" parent="fKkSuYKGNoRQQ_YRrlSX-3" style="rounded=0;whiteSpace=wrap;html=1;fontFamily=Helvetica;fontSize=12;fontColor=#000000;align=center;shadow=1;fillColor=#FFCCE6;" value="Взыскать задолженность" vertex="1">
          <mxGeometry height="60" width="100" x="240" y="40" as="geometry" />
        </mxCell>
        <mxCell id="fKkSuYKGNoRQQ_YRrlSX-127" parent="fKkSuYKGNoRQQ_YRrlSX-3" style="rounded=0;whiteSpace=wrap;html=1;fontFamily=Helvetica;fontSize=12;fontColor=#000000;align=center;shadow=1;fillColor=#FFCCE6;" value="Направить средства взыскателю" vertex="1">
          <mxGeometry height="60" width="100" x="115" y="40" as="geometry" />
        </mxCell>
        <mxCell id="fKkSuYKGNoRQQ_YRrlSX-206" edge="1" parent="dNxyNK7c78bLwvsdeMH5-19" source="fKkSuYKGNoRQQ_YRrlSX-177" style="edgeStyle=orthogonalEdgeStyle;rounded=0;orthogonalLoop=1;jettySize=auto;html=1;dashed=1;endArrow=classic;endFill=1;exitX=0.5;exitY=1;exitDx=0;exitDy=0;startArrow=none;startFill=0;entryX=0.5;entryY=0;entryDx=0;entryDy=0;" target="fKkSuYKGNoRQQ_YRrlSX-67" value="">
          <mxGeometry relative="1" as="geometry">
            <mxPoint x="340" y="620" as="sourcePoint" />
            <mxPoint x="447" y="855" as="targetPoint" />
          </mxGeometry>
        </mxCell>
        <mxCell id="fKkSuYKGNoRQQ_YRrlSX-207" connectable="0" parent="fKkSuYKGNoRQQ_YRrlSX-206" style="edgeLabel;html=1;align=center;verticalAlign=middle;resizable=0;points=[];" value="Письмо" vertex="1">
          <mxGeometry relative="1" x="-0.1055" as="geometry">
            <mxPoint y="-87" as="offset" />
          </mxGeometry>
        </mxCell>
        <mxCell id="fKkSuYKGNoRQQ_YRrlSX-203" edge="1" parent="dNxyNK7c78bLwvsdeMH5-19" source="fKkSuYKGNoRQQ_YRrlSX-190" style="edgeStyle=orthogonalEdgeStyle;rounded=0;orthogonalLoop=1;jettySize=auto;html=1;dashed=1;endArrow=classic;endFill=1;exitX=0.5;exitY=1;exitDx=0;exitDy=0;startArrow=none;startFill=0;entryX=0.5;entryY=0;entryDx=0;entryDy=0;" target="fKkSuYKGNoRQQ_YRrlSX-177" value="">
          <mxGeometry relative="1" as="geometry">
            <Array as="points">
              <mxPoint x="640" y="315" />
              <mxPoint x="640" y="490" />
              <mxPoint x="310" y="490" />
            </Array>
            <mxPoint x="620" y="315" as="sourcePoint" />
            <mxPoint x="300" y="520" as="targetPoint" />
          </mxGeometry>
        </mxCell>
      </root>
    </mxGraphModel>
  </diagram>
</mxfile>
